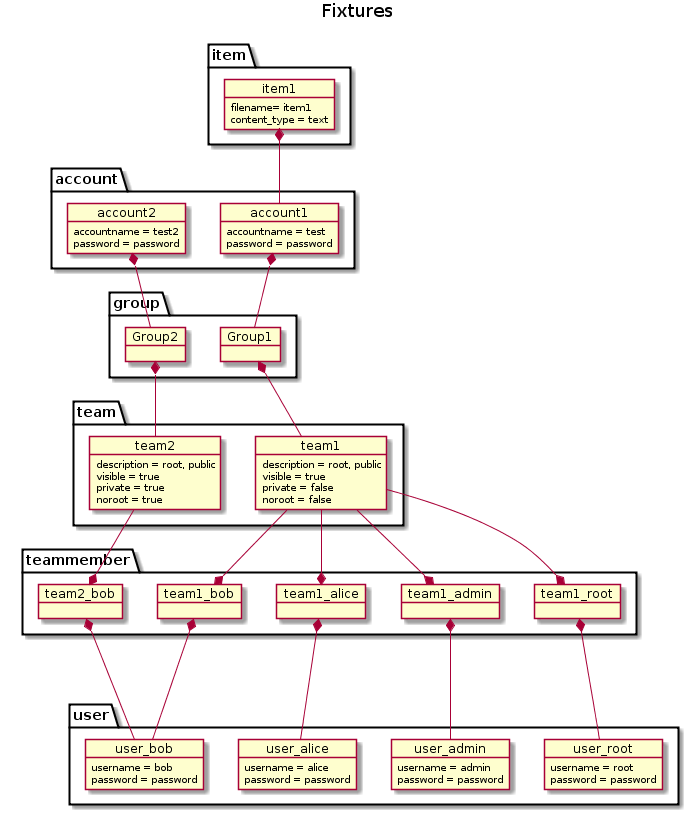
puzzle/cryptopus keeps this PlantUML diagram as doc/fixtures.png. Above is the earlier version.
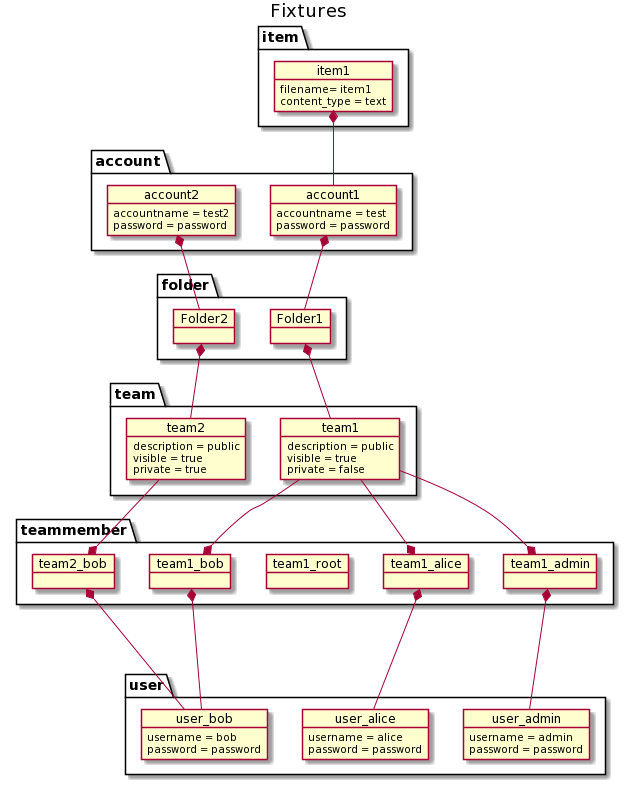
After the commit.

Commit message:
Rename group to folder in diagram

Diff of the diagram source:
```diff
@@ -7,25 +7,23 @@
 object team2
 
 
-team1 : description = root, public
+team1 : description = public
 team1 : visible = true
 team1 : private = false
-team1 : noroot = false
 
-team2 : description = root, public
+team2 : description = public
 team2 : visible = true
 team2 : private = true
-team2 : noroot = true
 
 }
 
 
-package "group" {
-object Group1
-object Group2
+package "folder" {
+object Folder1
+object Folder2
 
-Group1 *-- team1
-Group2 *-- team2
+Folder1 *-- team1
+Folder2 *-- team2
 
 }
 
@@ -33,8 +31,8 @@
 object account1
 object account2
 
-account1 *-- Group1
-account2 *-- Group2
+account1 *-- Folder1
+account2 *-- Folder2
 
 account1 : accountname = test
 account1 : password = password
@@ -64,14 +62,10 @@
 }
 
 package "user" {
-object user_root
 object user_bob
 object user_alice
 object user_admin
 
-
-user_root : username = root
-user_root : password = password
 
 user_bob : username = bob
 user_bob : password = password
@@ -90,9 +84,6 @@
 team2_bob *--- user_bob
 team2_bob *-up- team2
 
-team1_root *--- user_root
-team1_root *-up- team1
-
 team1_alice *--- user_alice
 team1_alice *-up- team1
 
```
